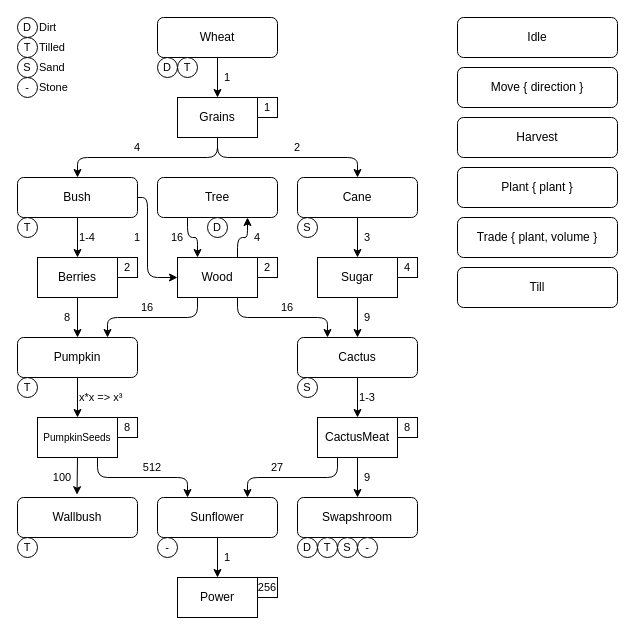
This is Farmio.drawio from varpeti/farmio, a draw.io file, before an edit. Source tidied: cells renumbered, new cells numbered last; positions are measured from the earlier drawing's top-left corner, leaving out a move shared by most shapes. Both pictures are drawn from the tidied source at 100%, with x=0, y=0 at pixel (17, 17).
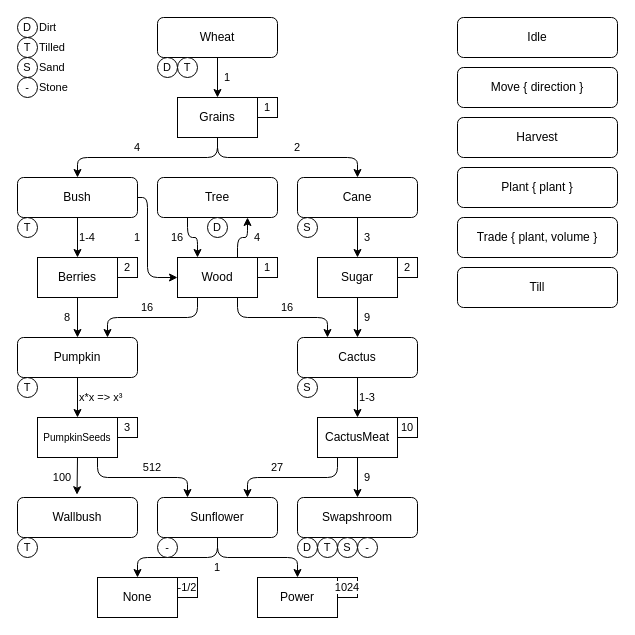
The same diagram, later.

Unchanged cells that the change refers to:
```xml
<mxCell id="34" value="Sunflower" style="rounded=1;whiteSpace=wrap;html=1;" parent="1" vertex="1">
  <mxGeometry x="140" y="480" width="120" height="40" as="geometry" />
</mxCell>
```

Change to the diagram source:
```diff
@@
+    <mxCell id="90" style="edgeStyle=orthogonalEdgeStyle;shape=connector;curved=0;rounded=1;jettySize=auto;html=1;exitX=0.5;exitY=1;exitDx=0;exitDy=0;entryX=0.5;entryY=0;entryDx=0;entryDy=0;strokeColor=default;align=center;verticalAlign=middle;fontFamily=Helvetica;fontSize=11;fontColor=default;labelBackgroundColor=default;endArrow=classic;" parent="1" edge="1" source="34" target="91">
+      <mxGeometry relative="1" as="geometry" />
+    </mxCell>
@@
     <mxCell id="35" value="Power" style="rounded=0;whiteSpace=wrap;html=1;" parent="1" vertex="1">
-      <mxGeometry x="160" y="560" width="80" height="40" as="geometry" />
+      <mxGeometry x="240" y="560" width="80" height="40" as="geometry" />
     </mxCell>
@@
-    <mxCell id="57" value="4" style="rounded=0;whiteSpace=wrap;html=1;fontFamily=Helvetica;fontSize=11;fontColor=default;labelBackgroundColor=default;" parent="1" vertex="1">
+    <mxCell id="57" value="2" style="rounded=0;whiteSpace=wrap;html=1;fontFamily=Helvetica;fontSize=11;fontColor=default;labelBackgroundColor=default;" parent="1" vertex="1">
       <mxGeometry x="380" y="240" width="20" height="20" as="geometry" />
     </mxCell>
-    <mxCell id="58" value="2" style="rounded=0;whiteSpace=wrap;html=1;fontFamily=Helvetica;fontSize=11;fontColor=default;labelBackgroundColor=default;" parent="1" vertex="1">
+    <mxCell id="58" value="1" style="rounded=0;whiteSpace=wrap;html=1;fontFamily=Helvetica;fontSize=11;fontColor=default;labelBackgroundColor=default;" parent="1" vertex="1">
       <mxGeometry x="240" y="240" width="20" height="20" as="geometry" />
     </mxCell>
-    <mxCell id="59" value="8" style="rounded=0;whiteSpace=wrap;html=1;fontFamily=Helvetica;fontSize=11;fontColor=default;labelBackgroundColor=default;" parent="1" vertex="1">
+    <mxCell id="59" value="10" style="rounded=0;whiteSpace=wrap;html=1;fontFamily=Helvetica;fontSize=11;fontColor=default;labelBackgroundColor=default;" parent="1" vertex="1">
       <mxGeometry x="380" y="400" width="20" height="20" as="geometry" />
     </mxCell>
-    <mxCell id="60" value="&lt;div&gt;256&lt;/div&gt;" style="rounded=0;whiteSpace=wrap;html=1;fontFamily=Helvetica;fontSize=11;fontColor=default;labelBackgroundColor=default;" parent="1" vertex="1">
-      <mxGeometry x="240" y="560" width="20" height="20" as="geometry" />
+    <mxCell id="60" value="&lt;div&gt;1024&lt;/div&gt;" style="rounded=0;whiteSpace=wrap;html=1;fontFamily=Helvetica;fontSize=11;fontColor=default;labelBackgroundColor=default;" parent="1" vertex="1">
+      <mxGeometry x="320" y="560" width="20" height="20" as="geometry" />
     </mxCell>
@@
     <mxCell id="77" value="1" style="text;html=1;align=center;verticalAlign=middle;whiteSpace=wrap;rounded=0;fontFamily=Helvetica;fontSize=11;fontColor=light-dark(#000000,#80FF00);labelBackgroundColor=default;" parent="1" vertex="1">
-      <mxGeometry x="200" y="530" width="20" height="20" as="geometry" />
+      <mxGeometry x="190" y="540" width="20" height="20" as="geometry" />
     </mxCell>
@@
-    <mxCell id="81" value="8" style="rounded=0;whiteSpace=wrap;html=1;fontFamily=Helvetica;fontSize=11;fontColor=default;labelBackgroundColor=default;" parent="1" vertex="1">
+    <mxCell id="81" value="3" style="rounded=0;whiteSpace=wrap;html=1;fontFamily=Helvetica;fontSize=11;fontColor=default;labelBackgroundColor=default;" parent="1" vertex="1">
       <mxGeometry x="100" y="400" width="20" height="20" as="geometry" />
     </mxCell>
@@
+    <mxCell id="91" value="None" style="rounded=0;whiteSpace=wrap;html=1;" parent="1" vertex="1">
+      <mxGeometry x="80" y="560" width="80" height="40" as="geometry" />
+    </mxCell>
+    <mxCell id="92" value="&lt;div&gt;-1/2&lt;/div&gt;" style="rounded=0;whiteSpace=wrap;html=1;fontFamily=Helvetica;fontSize=11;fontColor=default;labelBackgroundColor=default;" parent="1" vertex="1">
+      <mxGeometry x="160" y="560" width="20" height="20" as="geometry" />
+    </mxCell>
```
